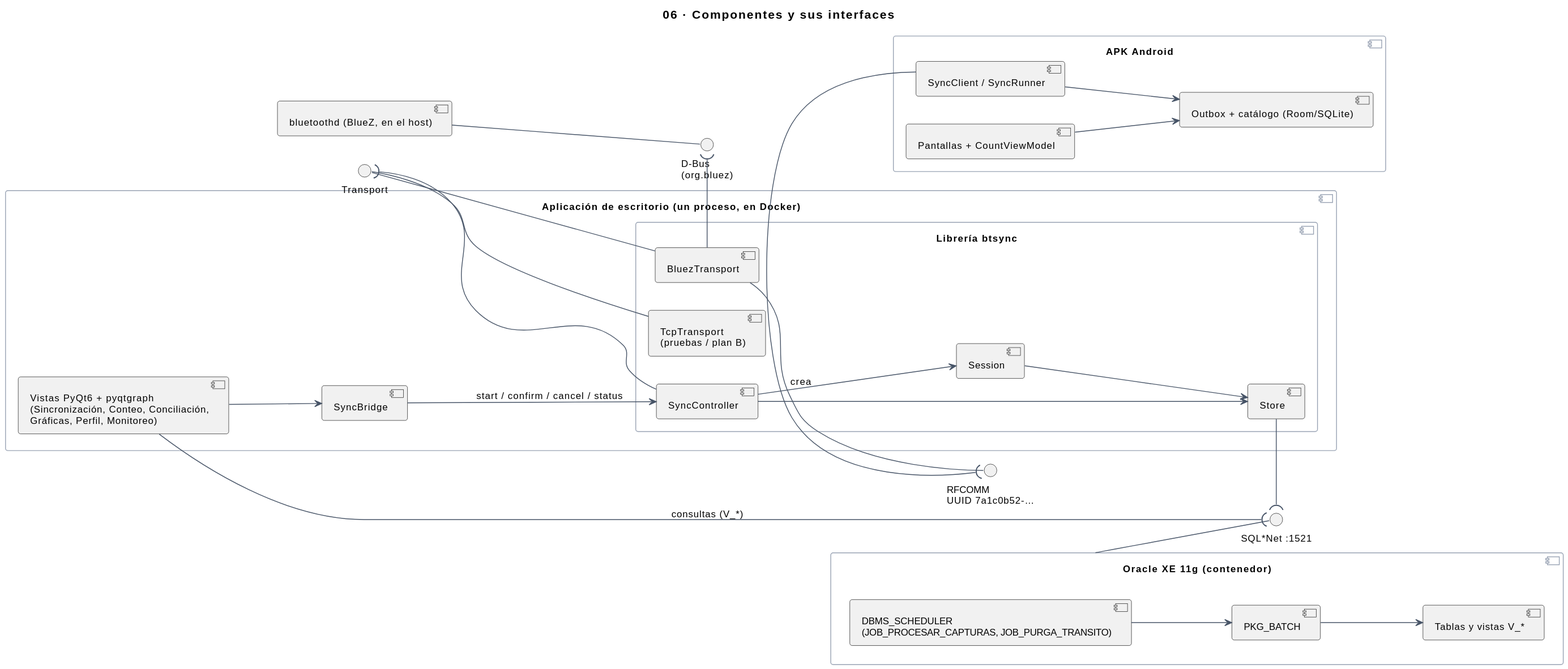
This is docs/img/uml/06-componentes.svg from sebas-archive/kardex-bt, a PlantUML export, as it was before one commit. Source of this version:
```plantuml
@startuml
!include estilo.iuml
title 06 · Componentes y sus interfaces
left to right direction

component "APK Android" as apk {
  component "Pantallas + CountViewModel" as ui
  component "SyncClient / SyncRunner" as cliente
  component "Outbox + catálogo (Room/SQLite)" as room
}

component "Aplicación de escritorio (un proceso, en Docker)" as desk {
  component "Vistas PyQt6 + pyqtgraph\n(Sincronización, Conteo, Conciliación,\nGráficas, Perfil, Monitoreo)" as vistas
  component "SyncBridge" as bridge
  component "Librería btsync" as btsync {
    component "SyncController" as ctrl
    component "Session" as ses
    component "BluezTransport" as bz
    component "TcpTransport\n(pruebas / plan B)" as tcp
    component "Store" as store
  }
}

component "Oracle XE 11g (contenedor)" as ora {
  component "PKG_BATCH" as pkg
  component "DBMS_SCHEDULER\n(JOB_PROCESAR_CAPTURAS, JOB_PURGA_TRANSITO)" as sch
  component "Tablas y vistas V_*" as tablas
}

component "bluetoothd (BlueZ, en el host)" as bluez

interface "RFCOMM\nUUID 7a1c0b52-…" as rfcomm
interface "D-Bus\n(org.bluez)" as dbus
interface "SQL*Net :1521" as sqlnet
interface "Transport" as itransport

cliente -( rfcomm
bz -- rfcomm
bz -( dbus
bluez -- dbus
bz -up- itransport
tcp -up- itransport
ctrl -( itransport
ctrl --> ses : crea
ses --> store
ctrl --> store
vistas --> bridge
bridge --> ctrl : start / confirm / cancel / status
store -( sqlnet
vistas -( sqlnet : consultas (V_*)
ora -- sqlnet
ui --> room
cliente --> room
sch --> pkg
pkg --> tablas
@enduml
```
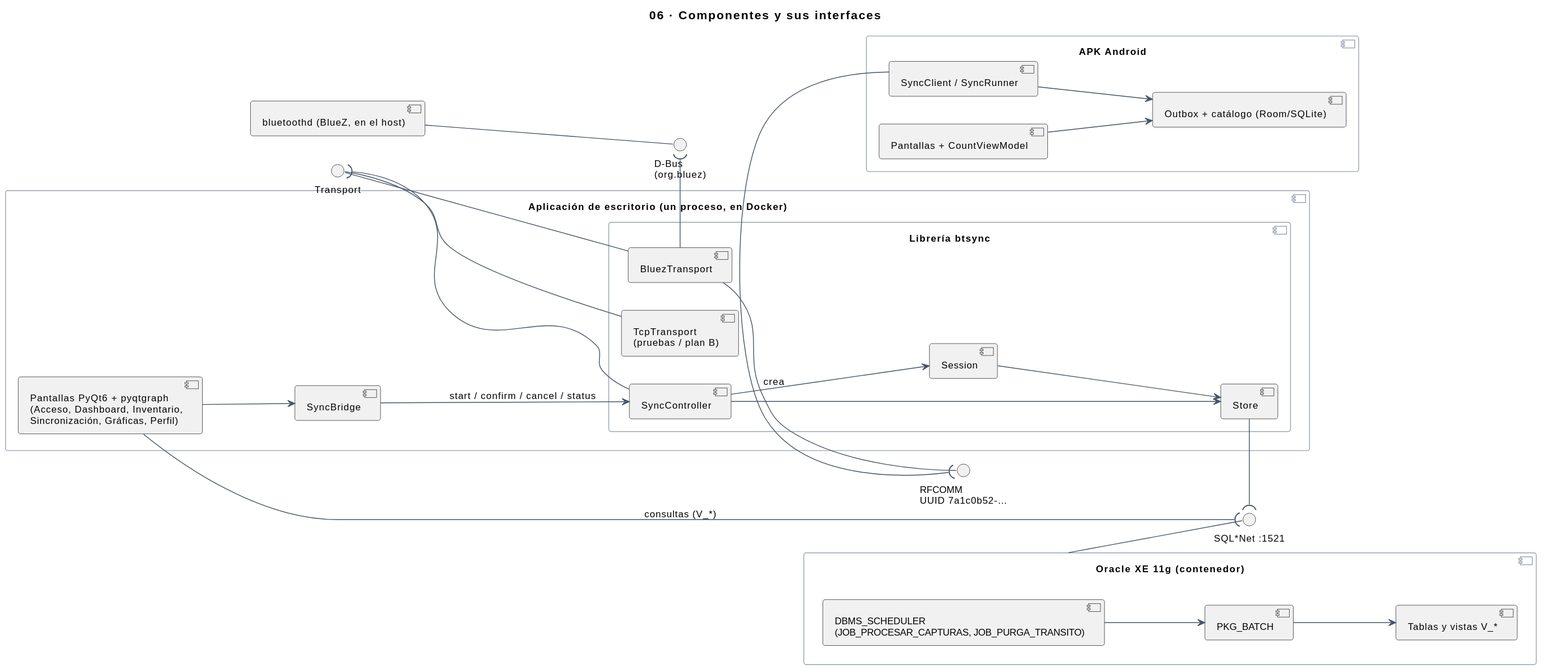
Above is the later version.

Change to the diagram source:
```diff
@@ -10,7 +10,7 @@
 }
 
 component "Aplicación de escritorio (un proceso, en Docker)" as desk {
-  component "Vistas PyQt6 + pyqtgraph\n(Sincronización, Conteo, Conciliación,\nGráficas, Perfil, Monitoreo)" as vistas
+  component "Pantallas PyQt6 + pyqtgraph\n(Acceso, Dashboard, Inventario,\nSincronización, Gráficas, Perfil)" as vistas
   component "SyncBridge" as bridge
   component "Librería btsync" as btsync {
     component "SyncController" as ctrl
```
